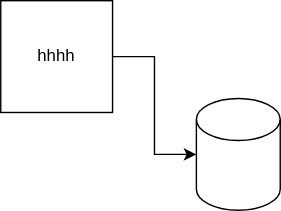
This is docs/Tools/drawio/test.drawio.svg from jesshaw/mynotes, a draw.io export, as it was before one commit. Source tidied: cells renumbered, new cells last; positions are measured from the earlier drawing's top-left corner, leaving out a move shared by most shapes. Its diagram source:
```xml
<mxGraphModel>
  <root>
    <mxCell id="0" />
    <mxCell id="1" parent="0" />
    <mxCell id="2" style="edgeStyle=orthogonalEdgeStyle;rounded=0;jettySize=auto;html=1;" parent="1" edge="1" source="3" target="4">
      <mxGeometry relative="1" as="geometry" />
    </mxCell>
    <mxCell id="3" value="hhhh" style="whiteSpace=wrap;html=1;" parent="1" vertex="1">
      <mxGeometry width="80" height="80" as="geometry" />
    </mxCell>
    <mxCell id="4" style="shape=cylinder3;whiteSpace=wrap;html=1;boundedLbl=1;backgroundOutline=1;size=15;" parent="1" vertex="1">
      <mxGeometry x="140" y="70" width="60" height="80" as="geometry" />
    </mxCell>
  </root>
</mxGraphModel>
```
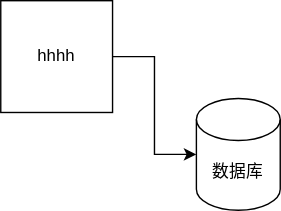
The same diagram one commit later.

What changed in the source:
```diff
@@ -8,7 +8,7 @@
     <mxCell id="3" value="hhhh" style="whiteSpace=wrap;html=1;" parent="1" vertex="1">
       <mxGeometry width="80" height="80" as="geometry" />
     </mxCell>
-    <mxCell id="4" style="shape=cylinder3;whiteSpace=wrap;html=1;boundedLbl=1;backgroundOutline=1;size=15;" parent="1" vertex="1">
+    <mxCell id="4" value="数据库" style="shape=cylinder3;whiteSpace=wrap;html=1;boundedLbl=1;backgroundOutline=1;size=15;" parent="1" vertex="1">
       <mxGeometry x="140" y="70" width="60" height="80" as="geometry" />
     </mxCell>
   </root>
```
